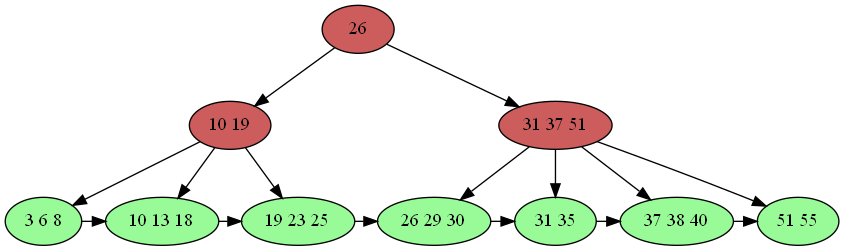
Before: code/test1_1.png, a diagram exported from Graphviz (l-iberty/BPlusTree). Its source is kept beside it as code/test1_1.dot. Source of this version:
```dot
digraph G {
	"26" -> "10 19";
	"26" -> "31 37 51";
	"10 19" -> "3 6 8";
	"10 19" -> "10 13 18";
	"10 19" -> "19 23 25";
	"31 37 51" -> "26 29 30";
	"31 37 51" -> "31 35";
	"31 37 51" -> "37 38 40";
	"31 37 51" -> "51 55";
	"3 6 8" -> "10 13 18";
	"10 13 18" -> "19 23 25";
	"19 23 25" -> "26 29 30";
	"26 29 30" -> "31 35";
	"31 35" -> "37 38 40";
	"37 38 40" -> "51 55";
	{ rank=same "26" };
	{ rank=same "10 19" "31 37 51" };
	{ rank=same "3 6 8" "10 13 18" "19 23 25" "26 29 30" "31 35" "37 38 40" "51 55" };
	{ rank=same "10 13 18" "19 23 25" "26 29 30" "31 35" "37 38 40" "51 55" };
	{ rank=same "19 23 25" "26 29 30" "31 35" "37 38 40" "51 55" };
	{ rank=same "26 29 30" "31 35" "37 38 40" "51 55" };
	{ rank=same "31 35" "37 38 40" "51 55" };
	{ rank=same "37 38 40" "51 55" };
	{ rank=same "51 55" };
	"26"[ style=filled, fillcolor=IndianRed ];
	"10 19"[ style=filled, fillcolor=IndianRed ];
	"31 37 51"[ style=filled, fillcolor=IndianRed ];
	"3 6 8"[ style=filled, fillcolor=PaleGreen ];
	"10 13 18"[ style=filled, fillcolor=PaleGreen ];
	"19 23 25"[ style=filled, fillcolor=PaleGreen ];
	"26 29 30"[ style=filled, fillcolor=PaleGreen ];
	"31 35"[ style=filled, fillcolor=PaleGreen ];
	"37 38 40"[ style=filled, fillcolor=PaleGreen ];
	"51 55"[ style=filled, fillcolor=PaleGreen ];
}
```
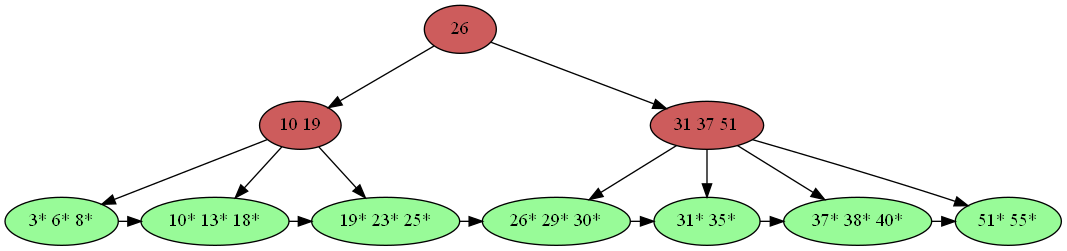
The same file after the commit.

Change to the diagram source:
```diff
@@ -1,36 +1,36 @@
 digraph G {
 	"26" -> "10 19";
 	"26" -> "31 37 51";
-	"10 19" -> "3 6 8";
-	"10 19" -> "10 13 18";
-	"10 19" -> "19 23 25";
-	"31 37 51" -> "26 29 30";
-	"31 37 51" -> "31 35";
-	"31 37 51" -> "37 38 40";
-	"31 37 51" -> "51 55";
-	"3 6 8" -> "10 13 18";
-	"10 13 18" -> "19 23 25";
-	"19 23 25" -> "26 29 30";
-	"26 29 30" -> "31 35";
-	"31 35" -> "37 38 40";
-	"37 38 40" -> "51 55";
+	"10 19" -> "3* 6* 8*";
+	"10 19" -> "10* 13* 18*";
+	"10 19" -> "19* 23* 25*";
+	"31 37 51" -> "26* 29* 30*";
+	"31 37 51" -> "31* 35*";
+	"31 37 51" -> "37* 38* 40*";
+	"31 37 51" -> "51* 55*";
+	"3* 6* 8*" -> "10* 13* 18*";
+	"10* 13* 18*" -> "19* 23* 25*";
+	"19* 23* 25*" -> "26* 29* 30*";
+	"26* 29* 30*" -> "31* 35*";
+	"31* 35*" -> "37* 38* 40*";
+	"37* 38* 40*" -> "51* 55*";
 	{ rank=same "26" };
 	{ rank=same "10 19" "31 37 51" };
-	{ rank=same "3 6 8" "10 13 18" "19 23 25" "26 29 30" "31 35" "37 38 40" "51 55" };
-	{ rank=same "10 13 18" "19 23 25" "26 29 30" "31 35" "37 38 40" "51 55" };
-	{ rank=same "19 23 25" "26 29 30" "31 35" "37 38 40" "51 55" };
-	{ rank=same "26 29 30" "31 35" "37 38 40" "51 55" };
-	{ rank=same "31 35" "37 38 40" "51 55" };
-	{ rank=same "37 38 40" "51 55" };
-	{ rank=same "51 55" };
+	{ rank=same "3* 6* 8*" "10* 13* 18*" "19* 23* 25*" "26* 29* 30*" "31* 35*" "37* 38* 40*" "51* 55*" };
+	{ rank=same "10* 13* 18*" "19* 23* 25*" "26* 29* 30*" "31* 35*" "37* 38* 40*" "51* 55*" };
+	{ rank=same "19* 23* 25*" "26* 29* 30*" "31* 35*" "37* 38* 40*" "51* 55*" };
+	{ rank=same "26* 29* 30*" "31* 35*" "37* 38* 40*" "51* 55*" };
+	{ rank=same "31* 35*" "37* 38* 40*" "51* 55*" };
+	{ rank=same "37* 38* 40*" "51* 55*" };
+	{ rank=same "51* 55*" };
 	"26"[ style=filled, fillcolor=IndianRed ];
 	"10 19"[ style=filled, fillcolor=IndianRed ];
 	"31 37 51"[ style=filled, fillcolor=IndianRed ];
-	"3 6 8"[ style=filled, fillcolor=PaleGreen ];
-	"10 13 18"[ style=filled, fillcolor=PaleGreen ];
-	"19 23 25"[ style=filled, fillcolor=PaleGreen ];
-	"26 29 30"[ style=filled, fillcolor=PaleGreen ];
-	"31 35"[ style=filled, fillcolor=PaleGreen ];
-	"37 38 40"[ style=filled, fillcolor=PaleGreen ];
-	"51 55"[ style=filled, fillcolor=PaleGreen ];
+	"3* 6* 8*"[ style=filled, fillcolor=PaleGreen ];
+	"10* 13* 18*"[ style=filled, fillcolor=PaleGreen ];
+	"19* 23* 25*"[ style=filled, fillcolor=PaleGreen ];
+	"26* 29* 30*"[ style=filled, fillcolor=PaleGreen ];
+	"31* 35*"[ style=filled, fillcolor=PaleGreen ];
+	"37* 38* 40*"[ style=filled, fillcolor=PaleGreen ];
+	"51* 55*"[ style=filled, fillcolor=PaleGreen ];
 }
```
